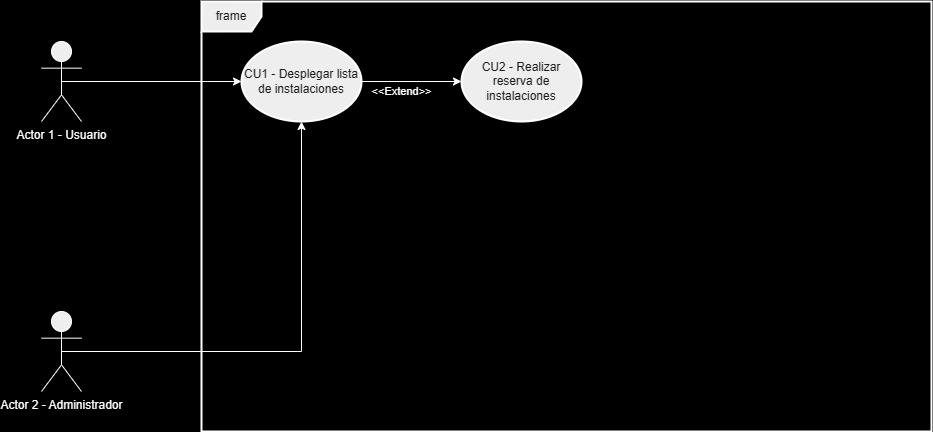
This is doc/UseCase.png from 333-333-333/public-static-void-main-string-args, a draw.io export, as it was before one commit. Source tidied: cells renumbered, new cells last; positions are measured from the earlier drawing's top-left corner, leaving out a move shared by most shapes.
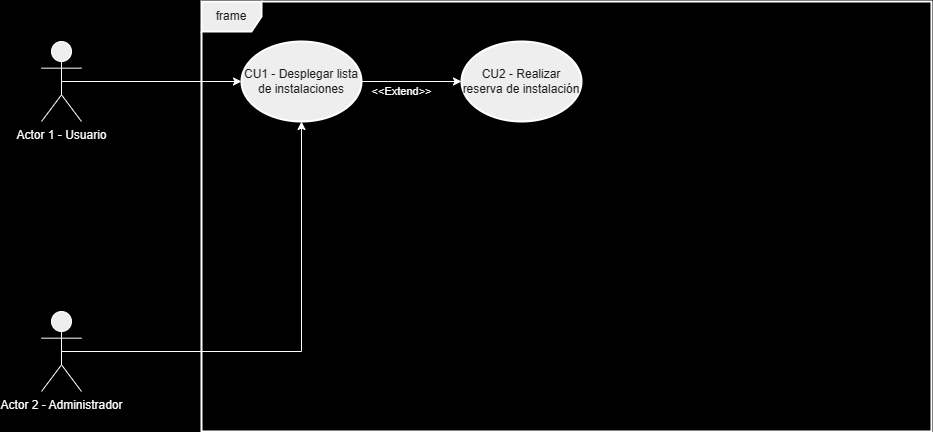
After the change.

Diff of the diagram source:
```diff
@@ -28,7 +28,7 @@
     <mxCell id="9" value="CU1 - Desplegar lista de instalaciones" style="ellipse;whiteSpace=wrap;html=1;fillColor=#EEEEEE;strokeColor=#FFFFFF;labelBackgroundColor=none;fontColor=#1A1A1A;strokeWidth=2;" parent="1" vertex="1">
       <mxGeometry x="200" y="40" width="120" height="80" as="geometry" />
     </mxCell>
-    <mxCell id="10" value="CU2 - Realizar reserva de instalaciones" style="ellipse;whiteSpace=wrap;html=1;fillColor=#EEEEEE;strokeColor=#FFFFFF;labelBackgroundColor=none;fontColor=#1A1A1A;strokeWidth=2;" parent="1" vertex="1">
+    <mxCell id="10" value="CU2 - Realizar reserva de instalación" style="ellipse;whiteSpace=wrap;html=1;fillColor=#EEEEEE;strokeColor=#FFFFFF;labelBackgroundColor=none;fontColor=#1A1A1A;strokeWidth=2;" parent="1" vertex="1">
       <mxGeometry x="420" y="40" width="120" height="80" as="geometry" />
     </mxCell>
   </root>
```
